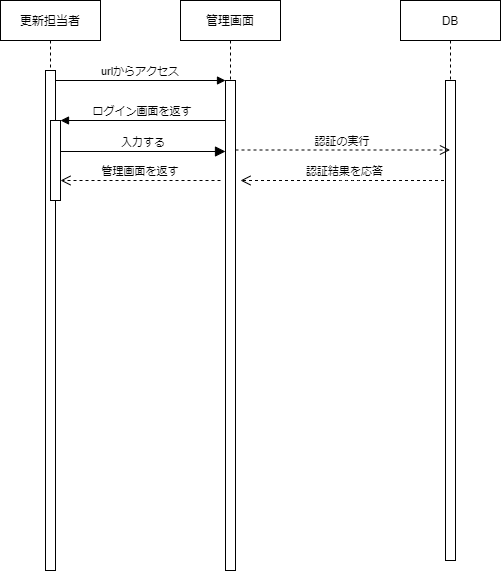
This is シーケンス図2.drawio.png from buyodo/webgis-dev-doc, a draw.io export, as it was before one commit. Source tidied: cells renumbered, new cells last; positions are measured from the earlier drawing's top-left corner, leaving out a move shared by most shapes.
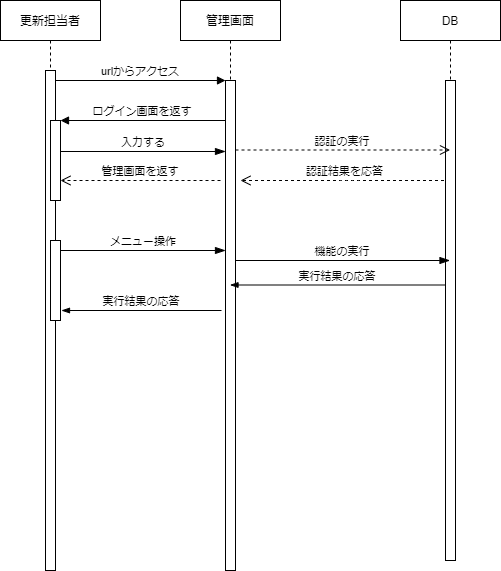
After the change.

Commit message:
シーケンス図2.drawio.png を更新します

The edit, as a diff of the source:
```diff
@@ -11,12 +11,27 @@
     <mxCell id="4" style="points=[];perimeter=orthogonalPerimeter;rounded=0;shadow=0;strokeWidth=1;" parent="2" vertex="1">
       <mxGeometry x="50" y="120" width="10" height="80" as="geometry" />
     </mxCell>
+    <mxCell id="15" style="perimeter=orthogonalPerimeter;rounded=0;shadow=0;strokeWidth=1;" parent="2" vertex="1">
+      <mxGeometry x="50" y="240" width="10" height="80" as="geometry" />
+    </mxCell>
     <mxCell id="5" value="管理画面" style="shape=umlLifeline;perimeter=lifelinePerimeter;rounded=0;shadow=0;strokeWidth=1;" parent="1" vertex="1">
       <mxGeometry x="180" width="100" height="570" as="geometry" />
     </mxCell>
     <mxCell id="6" style="points=[];perimeter=orthogonalPerimeter;rounded=0;shadow=0;strokeWidth=1;" parent="5" vertex="1">
       <mxGeometry x="45" y="80" width="10" height="490" as="geometry" />
     </mxCell>
+    <mxCell id="16" value="メニュー操作" style="verticalAlign=bottom;endArrow=blockThin;endSize=8;exitX=1;exitY=0.95;shadow=0;strokeWidth=1;endFill=1;" parent="5" edge="1">
+      <mxGeometry relative="1" as="geometry">
+        <mxPoint x="-120" y="250" as="sourcePoint" />
+        <mxPoint x="45" y="250" as="targetPoint" />
+      </mxGeometry>
+    </mxCell>
+    <mxCell id="17" value="実行結果の応答" style="verticalAlign=bottom;endArrow=blockThin;shadow=0;strokeWidth=1;endFill=1;" parent="5" edge="1">
+      <mxGeometry relative="1" as="geometry">
+        <mxPoint x="41" y="310" as="sourcePoint" />
+        <mxPoint x="-119" y="310" as="targetPoint" />
+      </mxGeometry>
+    </mxCell>
     <mxCell id="7" value="認証結果を応答" style="verticalAlign=bottom;endArrow=open;dashed=1;endSize=8;shadow=0;strokeWidth=1;" parent="1" edge="1" source="11">
       <mxGeometry relative="1" as="geometry">
         <mxPoint x="240" y="180" as="targetPoint" />
@@ -31,7 +46,7 @@
     <mxCell id="9" value="ログイン画面を返す" style="verticalAlign=bottom;endArrow=block;entryX=1;entryY=0;shadow=0;strokeWidth=1;" parent="1" edge="1" source="6" target="4">
       <mxGeometry relative="1" as="geometry" />
     </mxCell>
-    <mxCell id="10" value="入力する" style="verticalAlign=bottom;endArrow=block;endSize=8;exitX=1;exitY=0.95;shadow=0;strokeWidth=1;endFill=1;" parent="1" edge="1">
+    <mxCell id="10" value="入力する" style="verticalAlign=bottom;endArrow=blockThin;endSize=8;exitX=1;exitY=0.95;shadow=0;strokeWidth=1;endFill=1;" parent="1" edge="1">
       <mxGeometry relative="1" as="geometry">
         <mxPoint x="60" y="151" as="sourcePoint" />
         <mxPoint x="225" y="151" as="targetPoint" />
@@ -43,6 +58,11 @@
     <mxCell id="12" style="perimeter=orthogonalPerimeter;rounded=0;shadow=0;strokeWidth=1;" parent="11" vertex="1">
       <mxGeometry x="45" y="80" width="10" height="480" as="geometry" />
     </mxCell>
+    <mxCell id="18" value="実行結果の応答" style="verticalAlign=bottom;endArrow=blockThin;shadow=0;strokeWidth=1;endFill=1;" parent="11" edge="1" target="5">
+      <mxGeometry relative="1" as="geometry">
+        <mxPoint x="45" y="284.5" as="sourcePoint" />
+      </mxGeometry>
+    </mxCell>
     <mxCell id="13" value="認証の実行" style="verticalAlign=bottom;endArrow=open;dashed=1;endSize=8;exitX=1;exitY=0.95;shadow=0;strokeWidth=1;" parent="1" edge="1" target="11">
       <mxGeometry relative="1" as="geometry">
         <mxPoint x="235" y="149.5" as="sourcePoint" />
@@ -57,5 +77,10 @@
         </Array>
       </mxGeometry>
     </mxCell>
+    <mxCell id="19" value="機能の実行" style="verticalAlign=bottom;endArrow=blockThin;endSize=8;exitX=1;exitY=0.95;shadow=0;strokeWidth=1;endFill=1;" parent="1" edge="1" target="11">
+      <mxGeometry relative="1" as="geometry">
+        <mxPoint x="235" y="260" as="sourcePoint" />
+      </mxGeometry>
+    </mxCell>
   </root>
 </mxGraphModel>
```
